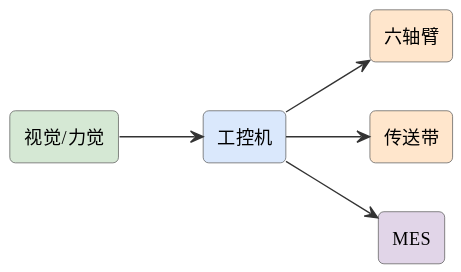
mingyi0818/IntelligentMcuCourse keeps this PlantUML diagram as assets/diagrams/ideas-fig75.svg. Above is the earlier version.
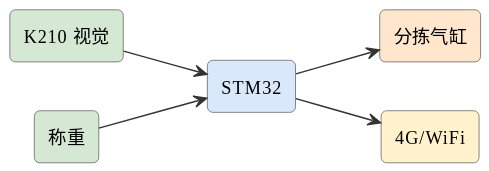
The same diagram one commit later.

Diff of the diagram source:
```diff
@@ -6,13 +6,13 @@
 skinparam arrowFontSize 11
 skinparam arrowColor #333
 left to right direction
-rectangle "视觉/力觉" as cam #d5e8d4
-rectangle "工控机" as pc #dae8fc
-rectangle "六轴臂" as arm #ffe6cc
-rectangle "传送带" as conv #ffe6cc
-rectangle "MES" as mes #e1d5e8
-cam --> pc
-pc --> arm
-pc --> conv
-pc --> mes
+rectangle "K210 视觉" as cam #d5e8d4
+rectangle "称重" as w #d5e8d4
+rectangle "STM32" as stm #dae8fc
+rectangle "分拣气缸" as sort #ffe6cc
+rectangle "4G/WiFi" as net #fff2cc
+cam --> stm
+w --> stm
+stm --> sort
+stm --> net
 @enduml
```
